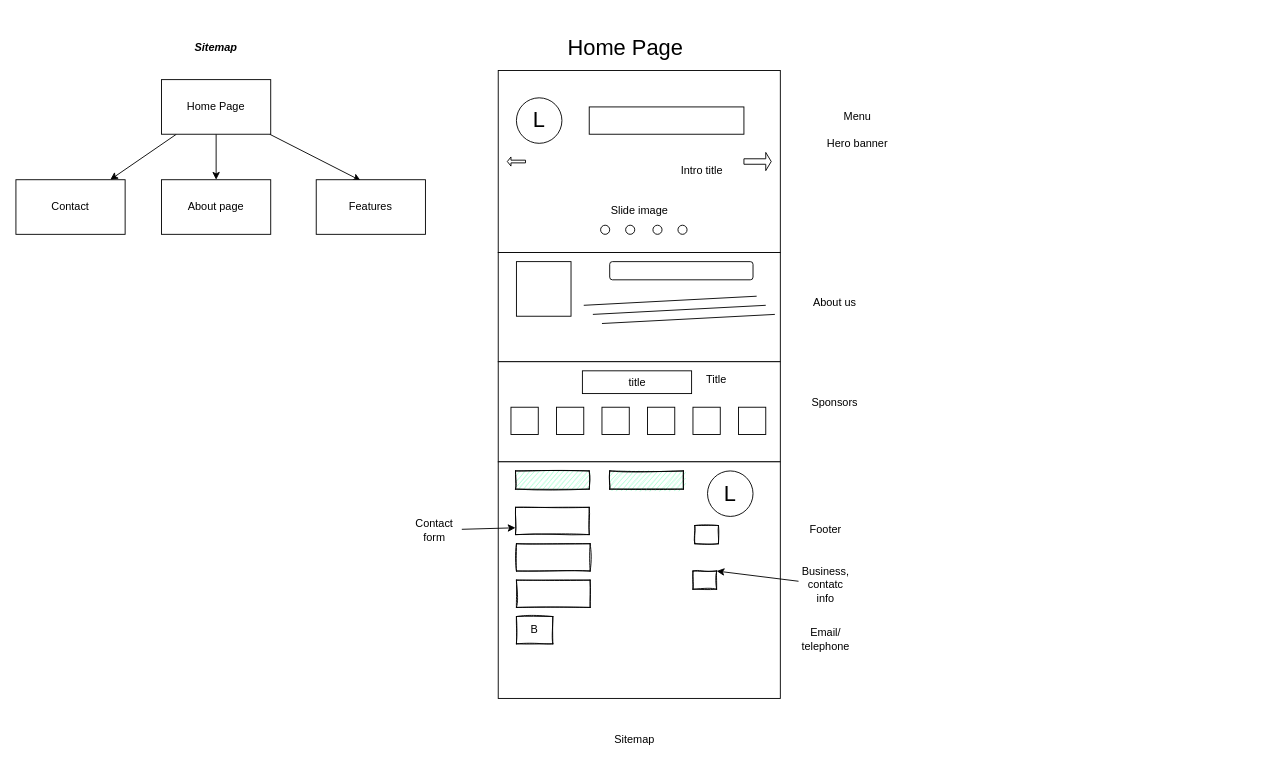
This is 3_figma-prototyping-and-wireframes/notes.drawio from AlanGarciaAtos/learning-plan-angular, a draw.io file, before an edit. Source tidied: cells renumbered, new cells numbered last; positions are measured from the earlier drawing's top-left corner, leaving out a move shared by most shapes. Both pictures are drawn from the tidied source at 91%, with x=0, y=0 at pixel (15, 15).
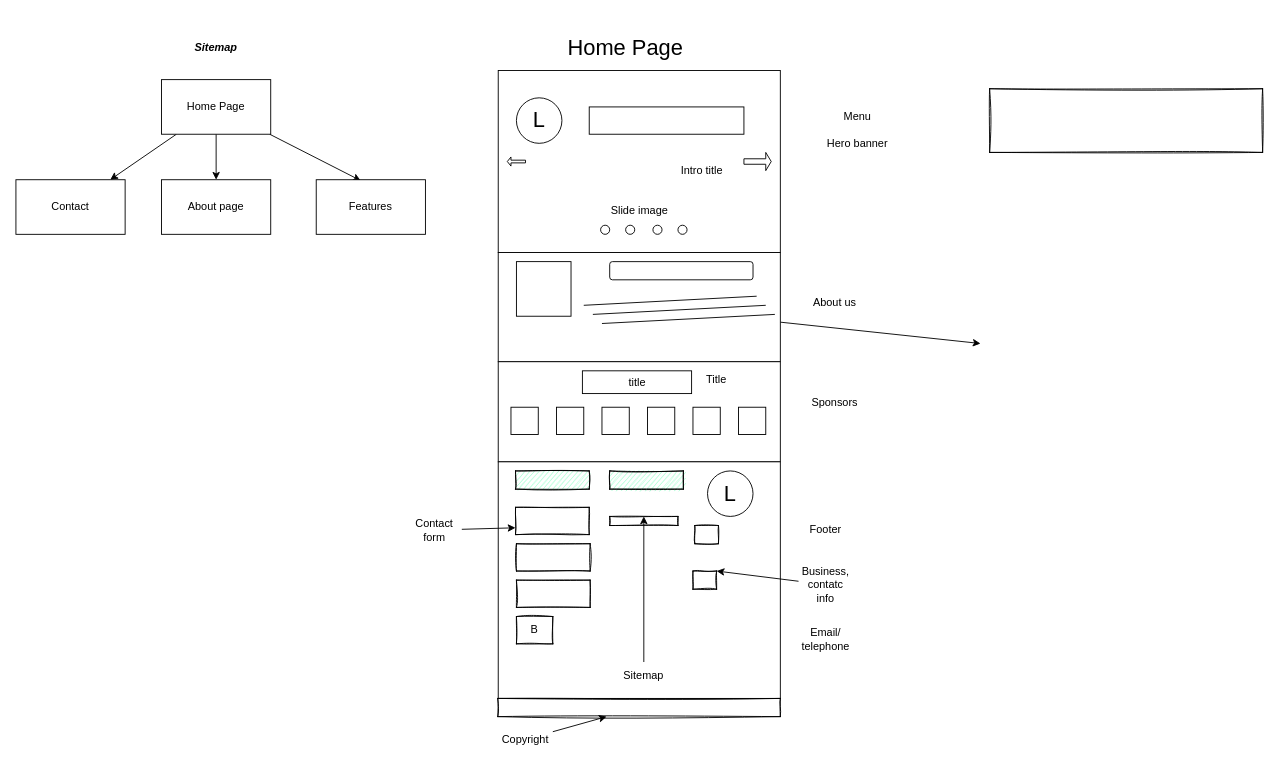
After the change.

Commit message (it also covers changes not shown here):
Wireframing and skimming in git PDF

The change refers to these unchanged cells:
```xml
<mxCell id="22" style="rounded=0;whiteSpace=wrap;html=1;fontSize=12;" parent="1" vertex="1">
  <mxGeometry x="530" y="260" width="310" height="120" as="geometry" />
</mxCell>
```

The edit, as a diff of the source:
```diff
@@
+    <mxCell id="57" style="edgeStyle=none;html=1;fontSize=12;" parent="1" edge="1" source="22">
+      <mxGeometry relative="1" as="geometry">
+        <mxPoint x="1060" y="360" as="targetPoint" />
+      </mxGeometry>
+    </mxCell>
@@
+    <mxCell id="58" style="edgeStyle=none;html=1;entryX=0.5;entryY=0;entryDx=0;entryDy=0;fontSize=12;" parent="1" edge="1" source="53" target="59">
+      <mxGeometry relative="1" as="geometry" />
+    </mxCell>
     <mxCell id="53" value="Sitemap" style="text;html=1;strokeColor=none;fillColor=none;align=center;verticalAlign=middle;whiteSpace=wrap;rounded=0;fontSize=12;" parent="1" vertex="1">
-      <mxGeometry x="650" y="780" width="60" height="30" as="geometry" />
+      <mxGeometry x="660" y="710" width="60" height="30" as="geometry" />
     </mxCell>
@@
+    <mxCell id="59" style="rounded=0;whiteSpace=wrap;html=1;shadow=0;sketch=1;fillStyle=auto;fontSize=12;fillColor=none;" parent="1" vertex="1">
+      <mxGeometry x="652.5" y="550" width="75" height="10" as="geometry" />
+    </mxCell>
+    <mxCell id="60" style="rounded=0;whiteSpace=wrap;html=1;shadow=0;sketch=1;fillStyle=auto;fontSize=12;fillColor=none;" parent="1" vertex="1">
+      <mxGeometry x="529.5" y="750" width="310.5" height="20" as="geometry" />
+    </mxCell>
+    <mxCell id="61" style="edgeStyle=none;html=1;fontSize=12;" parent="1" edge="1" source="62" target="60">
+      <mxGeometry relative="1" as="geometry" />
+    </mxCell>
+    <mxCell id="62" value="Copyright" style="text;html=1;strokeColor=none;fillColor=none;align=center;verticalAlign=middle;whiteSpace=wrap;rounded=0;fontSize=12;" parent="1" vertex="1">
+      <mxGeometry x="530" y="780" width="60" height="30" as="geometry" />
+    </mxCell>
+    <mxCell id="63" style="rounded=0;whiteSpace=wrap;html=1;shadow=0;sketch=1;fillStyle=auto;fontSize=12;fillColor=none;" parent="1" vertex="1">
+      <mxGeometry x="1070" y="80" width="300" height="70" as="geometry" />
+    </mxCell>
```
